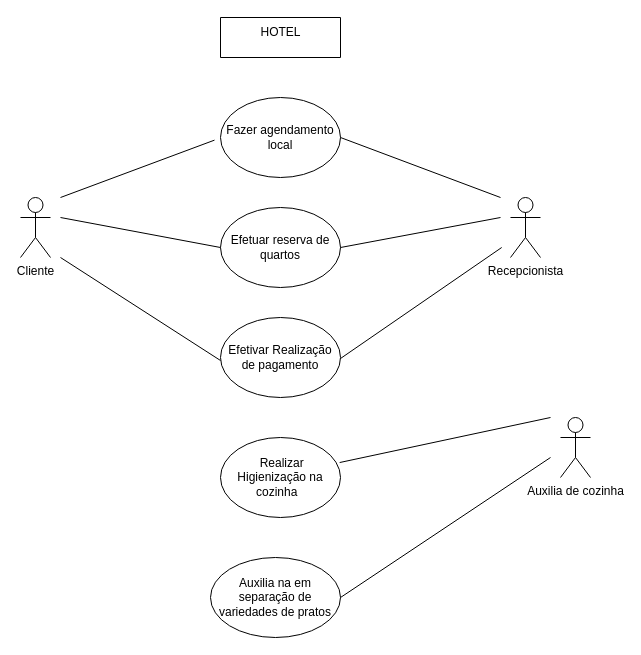
Above: page "pagina3" (3 of 7) of Diagrama sem nome.drawio in helio0278/diagramasderequisitos (draw.io), before the change. Source tidied: cells renumbered, new cells numbered last; positions are measured from the earlier drawing's top-left corner, leaving out a move shared by most shapes. Both pictures are drawn from the tidied source at 100%, with x=0, y=0 at pixel (20, 17).
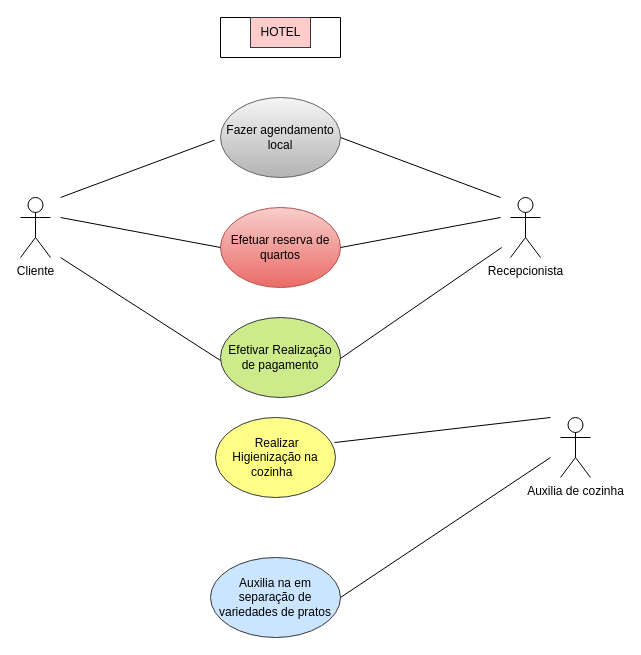
After the change.

What changed in the source:
```diff
@@
-    <mxCell id="5" value="Fazer agendamento local" style="ellipse;whiteSpace=wrap;html=1;" parent="1" vertex="1">
+    <mxCell id="5" value="Fazer agendamento local" style="ellipse;whiteSpace=wrap;html=1;fillColor=#f5f5f5;gradientColor=#b3b3b3;strokeColor=#666666;" parent="1" vertex="1">
       <mxGeometry x="200" y="80" width="120" height="80" as="geometry" />
     </mxCell>
-    <mxCell id="6" value="Efetuar reserva de quartos" style="ellipse;whiteSpace=wrap;html=1;" parent="1" vertex="1">
+    <mxCell id="6" value="Efetuar reserva de quartos" style="ellipse;whiteSpace=wrap;html=1;fillColor=#f8cecc;gradientColor=#ea6b66;strokeColor=#b85450;" parent="1" vertex="1">
       <mxGeometry x="200" y="190" width="120" height="80" as="geometry" />
     </mxCell>
-    <mxCell id="7" value="Efetivar Realização de pagamento" style="ellipse;whiteSpace=wrap;html=1;" parent="1" vertex="1">
+    <mxCell id="7" value="Efetivar Realização de pagamento" style="ellipse;whiteSpace=wrap;html=1;fillColor=#cdeb8b;strokeColor=#36393d;" parent="1" vertex="1">
       <mxGeometry x="200" y="300" width="120" height="80" as="geometry" />
     </mxCell>
-    <mxCell id="8" value="&amp;nbsp;Realizar Higienização na cozinha&amp;nbsp;&amp;nbsp;" style="ellipse;whiteSpace=wrap;html=1;" parent="1" vertex="1">
-      <mxGeometry x="200" y="420" width="120" height="80" as="geometry" />
+    <mxCell id="8" value="&amp;nbsp;Realizar Higienização na cozinha&amp;nbsp;&amp;nbsp;" style="ellipse;whiteSpace=wrap;html=1;fillColor=#ffff88;strokeColor=#36393d;" parent="1" vertex="1">
+      <mxGeometry x="195" y="400" width="120" height="80" as="geometry" />
     </mxCell>
-    <mxCell id="9" value="Auxilia na em separação de variedades de pratos" style="ellipse;whiteSpace=wrap;html=1;" parent="1" vertex="1">
+    <mxCell id="9" value="Auxilia na em separação de variedades de pratos" style="ellipse;whiteSpace=wrap;html=1;fillColor=#cce5ff;strokeColor=#36393d;" parent="1" vertex="1">
       <mxGeometry x="190" y="540" width="130" height="80" as="geometry" />
     </mxCell>
@@
-    <mxCell id="22" value="HOTEL" style="text;html=1;align=center;verticalAlign=middle;strokeColor=none;fillColor=none;" parent="1" vertex="1">
+    <mxCell id="22" value="HOTEL" style="text;html=1;align=center;verticalAlign=middle;strokeColor=#36393d;fillColor=#ffcccc;" parent="1" vertex="1">
       <mxGeometry x="230" width="60" height="30" as="geometry" />
     </mxCell>
```
